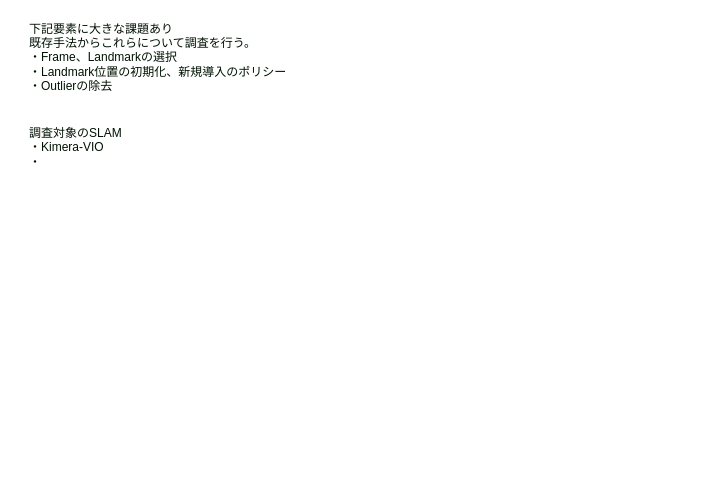
This is page "SLAM review" (5 of 9) of docs/vislam.drawio from eryeden/vi-slam, a draw.io file, before an edit. Source tidied: cells renumbered, new cells numbered last; positions are measured from the earlier drawing's top-left corner, leaving out a move shared by most shapes. Both pictures are drawn from the tidied source at 100%, with x=0, y=0 at pixel (27, 17).
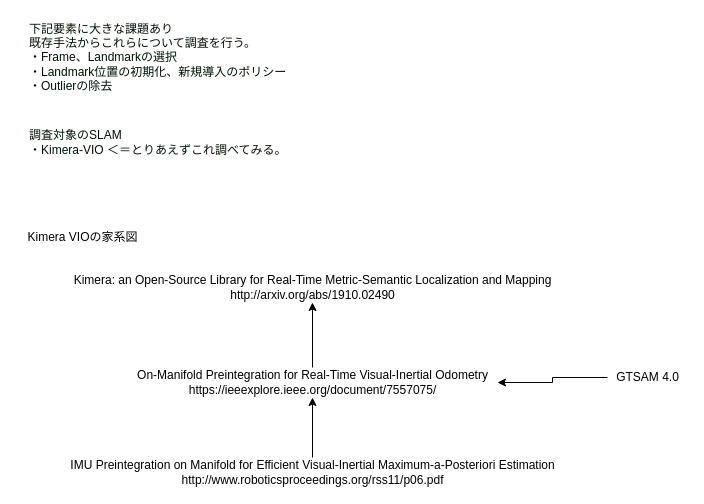
Above is the later version.

Change to the diagram source:
```diff
@@
 <mxGraphModel>
   <root>
     <mxCell id="0" />
     <mxCell id="1" parent="0" />
     <mxCell id="2" value="下記要素に大きな課題あり&lt;br&gt;既存手法からこれらについて調査を行う。&lt;br&gt;・Frame、Landmarkの選択&lt;br&gt;・Landmark位置の初期化、新規導入のポリシー&lt;br&gt;・Outlierの除去" style="text;html=1;align=left;verticalAlign=middle;fontColor=#001203;" parent="1" vertex="1">
       <mxGeometry width="270" height="80" as="geometry" />
     </mxCell>
-    <mxCell id="3" value="調査対象のSLAM&lt;br&gt;・Kimera-VIO&lt;br&gt;・" style="text;html=1;align=left;verticalAlign=middle;fontColor=#001203;" parent="1" vertex="1">
-      <mxGeometry y="105" width="110" height="50" as="geometry" />
+    <mxCell id="3" value="調査対象のSLAM&lt;br&gt;・Kimera-VIO ＜＝とりあえずこれ調べてみる。" style="text;html=1;align=left;verticalAlign=middle;fontColor=#001203;" parent="1" vertex="1">
+      <mxGeometry y="110" width="270" height="30" as="geometry" />
     </mxCell>
+    <mxCell id="4" value="Kimera VIOの家系図" style="text;html=1;align=center;verticalAlign=middle;" parent="1" vertex="1">
+      <mxGeometry x="-10" y="210" width="130" height="20" as="geometry" />
+    </mxCell>
+    <mxCell id="5" value="Kimera: an Open-Source Library for Real-Time Metric-Semantic Localization and Mapping&lt;br&gt;http://arxiv.org/abs/1910.02490" style="text;html=1;align=center;verticalAlign=middle;points=[];" parent="1" vertex="1">
+      <mxGeometry x="40" y="255" width="490" height="30" as="geometry" />
+    </mxCell>
+    <mxCell id="6" style="edgeStyle=orthogonalEdgeStyle;rounded=0;jettySize=auto;html=1;" parent="1" edge="1" source="7" target="5">
+      <mxGeometry relative="1" as="geometry" />
+    </mxCell>
+    <mxCell id="7" value="On-Manifold Preintegration for Real-Time Visual-Inertial Odometry&lt;br&gt;https://ieeexplore.ieee.org/document/7557075/" style="text;html=1;align=center;verticalAlign=middle;points=[];" parent="1" vertex="1">
+      <mxGeometry x="100" y="350" width="370" height="30" as="geometry" />
+    </mxCell>
+    <mxCell id="8" style="edgeStyle=orthogonalEdgeStyle;rounded=0;jettySize=auto;html=1;" parent="1" edge="1" source="9" target="7">
+      <mxGeometry relative="1" as="geometry" />
+    </mxCell>
+    <mxCell id="9" value="IMU Preintegration on Manifold for Efficient Visual-Inertial Maximum-a-Posteriori Estimation&lt;br&gt;http://www.roboticsproceedings.org/rss11/p06.pdf" style="text;html=1;align=center;verticalAlign=middle;points=[];" parent="1" vertex="1">
+      <mxGeometry x="35" y="440" width="500" height="30" as="geometry" />
+    </mxCell>
+    <mxCell id="10" style="edgeStyle=orthogonalEdgeStyle;rounded=0;jettySize=auto;html=1;" parent="1" edge="1" source="11" target="7">
+      <mxGeometry relative="1" as="geometry" />
+    </mxCell>
+    <mxCell id="11" value="GTSAM 4.0" style="text;html=1;align=center;verticalAlign=middle;points=[];" parent="1" vertex="1">
+      <mxGeometry x="580" y="350" width="80" height="20" as="geometry" />
+    </mxCell>
   </root>
 </mxGraphModel>
```
